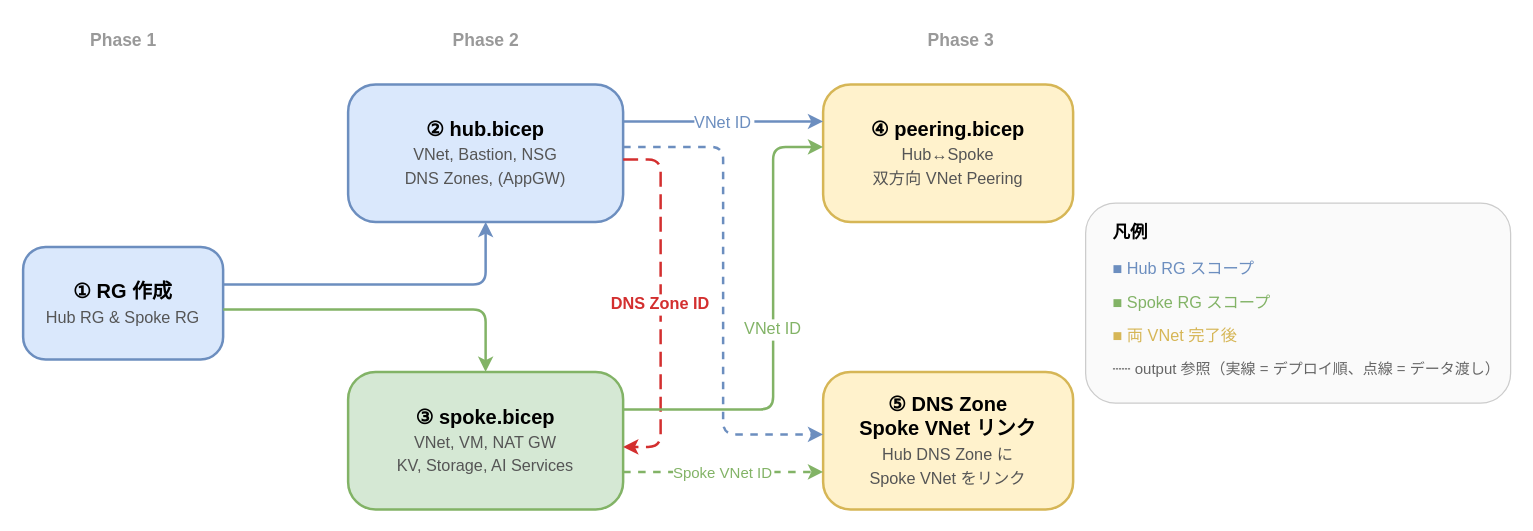
Above: images/deploy-flow.drawio in naoki1213mj/azure-simple-poc-bicep (draw.io), before the change. Source tidied: cells renumbered, new cells numbered last; positions are measured from the earlier drawing's top-left corner, leaving out a move shared by most shapes. Both pictures are drawn from the tidied source at 125%, with x=0, y=0 at pixel (22, 21).
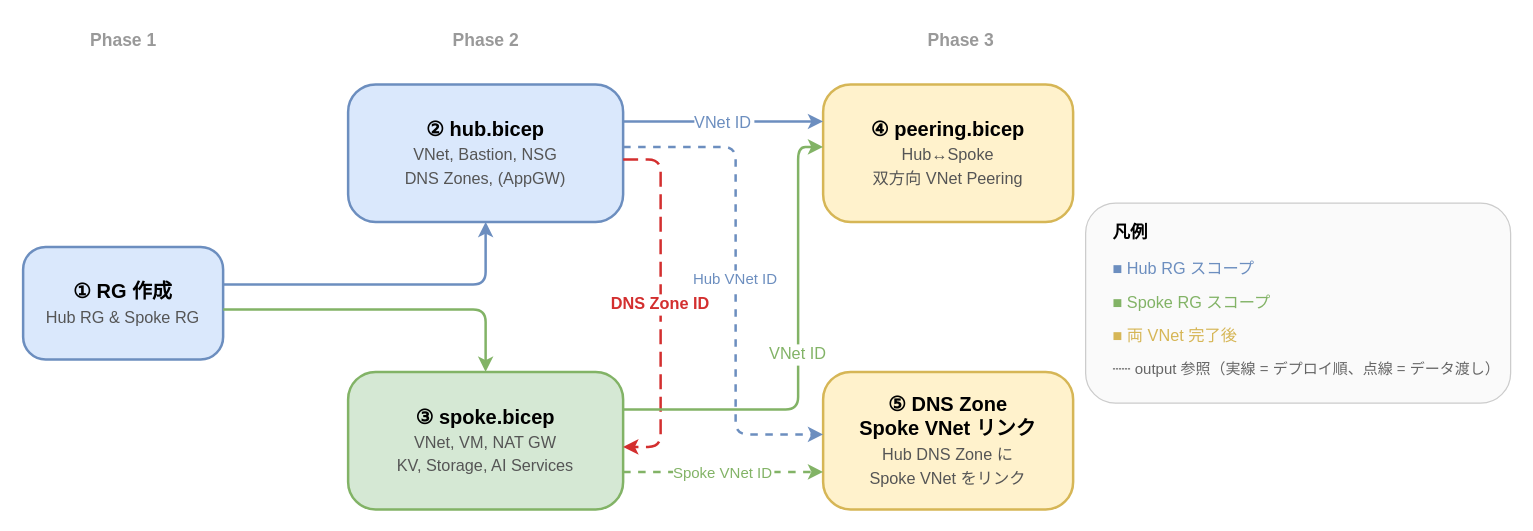
The same diagram, later.

Commit message (it also covers changes not shown here):
fix: add Hub VNet ID label, fix image refs, gitignore main.json

The change refers to these unchanged cells:
```xml
<mxCell id="3" value="② hub.bicep&lt;br&gt;&lt;font style='font-size:13px;font-weight:normal;color:#555'&gt;VNet, Bastion, NSG&lt;br&gt;DNS Zones, (AppGW)&lt;/font&gt;" style="rounded=1;whiteSpace=wrap;html=1;fillColor=#dae8fc;strokeColor=#6c8ebf;fontSize=16;fontStyle=1;strokeWidth=2;arcSize=20;spacingTop=6;spacingBottom=6;" parent="1" vertex="1">
  <mxGeometry x="260" y="50" width="220" height="110" as="geometry" />
</mxCell>
<mxCell id="4" value="③ spoke.bicep&lt;br&gt;&lt;font style='font-size:13px;font-weight:normal;color:#555'&gt;VNet, VM, NAT GW&lt;br&gt;KV, Storage, AI Services&lt;/font&gt;" style="rounded=1;whiteSpace=wrap;html=1;fillColor=#d5e8d4;strokeColor=#82b366;fontSize=16;fontStyle=1;strokeWidth=2;arcSize=20;spacingTop=6;spacingBottom=6;" parent="1" vertex="1">
  <mxGeometry x="260" y="280" width="220" height="110" as="geometry" />
</mxCell>
<mxCell id="5" value="④ peering.bicep&lt;br&gt;&lt;font style='font-size:13px;font-weight:normal;color:#555'&gt;Hub↔Spoke&lt;br&gt;双方向 VNet Peering&lt;/font&gt;" style="rounded=1;whiteSpace=wrap;html=1;fillColor=#fff2cc;strokeColor=#d6b656;fontSize=16;fontStyle=1;strokeWidth=2;arcSize=20;spacingTop=6;spacingBottom=6;" parent="1" vertex="1">
  <mxGeometry x="640" y="50" width="200" height="110" as="geometry" />
</mxCell>
<mxCell id="6" value="⑤ DNS Zone&lt;br&gt;Spoke VNet リンク&lt;br&gt;&lt;font style='font-size:13px;font-weight:normal;color:#555'&gt;Hub DNS Zone に&lt;br&gt;Spoke VNet をリンク&lt;/font&gt;" style="rounded=1;whiteSpace=wrap;html=1;fillColor=#fff2cc;strokeColor=#d6b656;fontSize=16;fontStyle=1;strokeWidth=2;arcSize=20;spacingTop=6;spacingBottom=6;" parent="1" vertex="1">
  <mxGeometry x="640" y="280" width="200" height="110" as="geometry" />
</mxCell>
```

Diff of the diagram source:
```diff
@@
     <mxCell id="11" value="VNet ID" style="edgeStyle=orthogonalEdgeStyle;strokeWidth=2;strokeColor=#82b366;fontSize=13;fontColor=#82b366;rounded=1;labelBackgroundColor=#FFFFFF;" parent="1" edge="1" source="4" target="5">
       <mxGeometry relative="1" as="geometry">
         <Array as="points">
-          <mxPoint x="600" y="310" />
-          <mxPoint x="600" y="100" />
+          <mxPoint x="620" y="310" />
+          <mxPoint x="620" y="100" />
         </Array>
       </mxGeometry>
     </mxCell>
-    <mxCell id="12" style="edgeStyle=orthogonalEdgeStyle;strokeWidth=2;strokeColor=#6c8ebf;dashed=1;rounded=1;" parent="1" edge="1" source="3" target="6">
+    <mxCell id="12" value="Hub VNet ID" style="edgeStyle=orthogonalEdgeStyle;strokeWidth=2;strokeColor=#6c8ebf;dashed=1;rounded=1;fontSize=12;fontColor=#6c8ebf;labelBackgroundColor=#FFFFFF;" parent="1" edge="1" source="3" target="6">
       <mxGeometry relative="1" as="geometry">
         <Array as="points">
-          <mxPoint x="560" y="100" />
-          <mxPoint x="560" y="330" />
+          <mxPoint x="570" y="100" />
+          <mxPoint x="570" y="330" />
         </Array>
       </mxGeometry>
     </mxCell>
```
